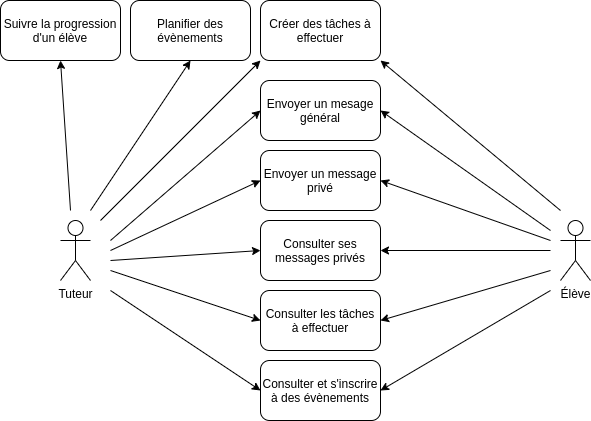
This is use_cases.drawio.png from josayko-courses/LearnAtHome, a draw.io export, as it was before one commit. Source tidied: cells renumbered, new cells last; positions are measured from the earlier drawing's top-left corner, leaving out a move shared by most shapes. The source it was exported from:
```xml
<mxGraphModel>
  <root>
    <mxCell id="0" />
    <mxCell id="1" parent="0" />
    <mxCell id="2" value="Tuteur" style="shape=umlActor;verticalLabelPosition=bottom;verticalAlign=top;html=1;" parent="1" vertex="1">
      <mxGeometry x="60" y="220" width="30" height="60" as="geometry" />
    </mxCell>
    <mxCell id="3" value="Élève" style="shape=umlActor;verticalLabelPosition=bottom;verticalAlign=top;html=1;" parent="1" vertex="1">
      <mxGeometry x="560" y="220" width="30" height="60" as="geometry" />
    </mxCell>
    <mxCell id="4" value="Envoyer un message privé" style="rounded=1;whiteSpace=wrap;html=1;" parent="1" vertex="1">
      <mxGeometry x="260" y="150" width="120" height="60" as="geometry" />
    </mxCell>
    <mxCell id="5" value="Suivre la progression d'un élève" style="rounded=1;whiteSpace=wrap;html=1;" parent="1" vertex="1">
      <mxGeometry width="120" height="60" as="geometry" />
    </mxCell>
    <mxCell id="6" value="Planifier des évènements" style="rounded=1;whiteSpace=wrap;html=1;" parent="1" vertex="1">
      <mxGeometry x="130" width="120" height="60" as="geometry" />
    </mxCell>
    <mxCell id="7" value="Envoyer un mesage général" style="rounded=1;whiteSpace=wrap;html=1;" parent="1" vertex="1">
      <mxGeometry x="260" y="80" width="120" height="60" as="geometry" />
    </mxCell>
    <mxCell id="8" value="Créer des tâches à effectuer" style="rounded=1;whiteSpace=wrap;html=1;" parent="1" vertex="1">
      <mxGeometry x="260" width="120" height="60" as="geometry" />
    </mxCell>
    <mxCell id="9" value="Consulter les tâches à effectuer" style="rounded=1;whiteSpace=wrap;html=1;" parent="1" vertex="1">
      <mxGeometry x="260" y="290" width="120" height="60" as="geometry" />
    </mxCell>
    <mxCell id="10" value="Consulter et s'inscrire à des évènements" style="rounded=1;whiteSpace=wrap;html=1;" parent="1" vertex="1">
      <mxGeometry x="260" y="360" width="120" height="60" as="geometry" />
    </mxCell>
    <mxCell id="11" value="Consulter ses messages privés" style="rounded=1;whiteSpace=wrap;html=1;" parent="1" vertex="1">
      <mxGeometry x="260" y="220" width="120" height="60" as="geometry" />
    </mxCell>
    <mxCell id="12" style="endArrow=classic;html=1;entryX=0.5;entryY=1;entryDx=0;entryDy=0;" parent="1" edge="1" target="5">
      <mxGeometry relative="1" as="geometry">
        <mxPoint x="70" y="210" as="sourcePoint" />
      </mxGeometry>
    </mxCell>
    <mxCell id="13" style="endArrow=classic;html=1;entryX=0.5;entryY=1;entryDx=0;entryDy=0;" parent="1" edge="1" target="6">
      <mxGeometry relative="1" as="geometry">
        <mxPoint x="90" y="210" as="sourcePoint" />
      </mxGeometry>
    </mxCell>
    <mxCell id="14" style="endArrow=classic;html=1;entryX=0;entryY=1;entryDx=0;entryDy=0;" parent="1" edge="1" target="8">
      <mxGeometry relative="1" as="geometry">
        <mxPoint x="100" y="220" as="sourcePoint" />
      </mxGeometry>
    </mxCell>
    <mxCell id="15" style="endArrow=classic;html=1;entryX=0;entryY=0.5;entryDx=0;entryDy=0;" parent="1" edge="1" target="7">
      <mxGeometry relative="1" as="geometry">
        <mxPoint x="110" y="240" as="sourcePoint" />
      </mxGeometry>
    </mxCell>
    <mxCell id="16" style="endArrow=classic;html=1;entryX=0;entryY=0.5;entryDx=0;entryDy=0;" parent="1" edge="1" target="4">
      <mxGeometry relative="1" as="geometry">
        <mxPoint x="110" y="250" as="sourcePoint" />
      </mxGeometry>
    </mxCell>
    <mxCell id="17" style="endArrow=classic;html=1;entryX=0;entryY=0.5;entryDx=0;entryDy=0;" parent="1" edge="1" target="11">
      <mxGeometry relative="1" as="geometry">
        <mxPoint x="110" y="260" as="sourcePoint" />
      </mxGeometry>
    </mxCell>
    <mxCell id="18" style="endArrow=classic;html=1;entryX=0;entryY=0.5;entryDx=0;entryDy=0;" parent="1" edge="1" target="9">
      <mxGeometry relative="1" as="geometry">
        <mxPoint x="110" y="270" as="sourcePoint" />
      </mxGeometry>
    </mxCell>
    <mxCell id="19" style="endArrow=classic;html=1;entryX=0;entryY=0.5;entryDx=0;entryDy=0;" parent="1" edge="1" target="10">
      <mxGeometry relative="1" as="geometry">
        <mxPoint x="110" y="290" as="sourcePoint" />
      </mxGeometry>
    </mxCell>
    <mxCell id="20" style="endArrow=classic;html=1;entryX=1;entryY=1;entryDx=0;entryDy=0;" parent="1" edge="1" target="8">
      <mxGeometry relative="1" as="geometry">
        <mxPoint x="560" y="210" as="sourcePoint" />
      </mxGeometry>
    </mxCell>
    <mxCell id="21" style="endArrow=classic;html=1;entryX=1;entryY=0.5;entryDx=0;entryDy=0;" parent="1" edge="1" target="7">
      <mxGeometry relative="1" as="geometry">
        <mxPoint x="550" y="230" as="sourcePoint" />
      </mxGeometry>
    </mxCell>
    <mxCell id="22" style="endArrow=classic;html=1;entryX=1;entryY=0.5;entryDx=0;entryDy=0;" parent="1" edge="1" target="4">
      <mxGeometry relative="1" as="geometry">
        <mxPoint x="550" y="240" as="sourcePoint" />
      </mxGeometry>
    </mxCell>
    <mxCell id="23" style="endArrow=classic;html=1;entryX=1;entryY=0.5;entryDx=0;entryDy=0;" parent="1" edge="1" target="11">
      <mxGeometry relative="1" as="geometry">
        <mxPoint x="550" y="250" as="sourcePoint" />
      </mxGeometry>
    </mxCell>
    <mxCell id="24" style="endArrow=classic;html=1;entryX=1;entryY=0.5;entryDx=0;entryDy=0;" parent="1" edge="1" target="9">
      <mxGeometry relative="1" as="geometry">
        <mxPoint x="550" y="270" as="sourcePoint" />
      </mxGeometry>
    </mxCell>
    <mxCell id="25" style="endArrow=classic;html=1;entryX=1;entryY=0.5;entryDx=0;entryDy=0;" parent="1" edge="1" target="10">
      <mxGeometry relative="1" as="geometry">
        <mxPoint x="550" y="290" as="sourcePoint" />
      </mxGeometry>
    </mxCell>
  </root>
</mxGraphModel>
```
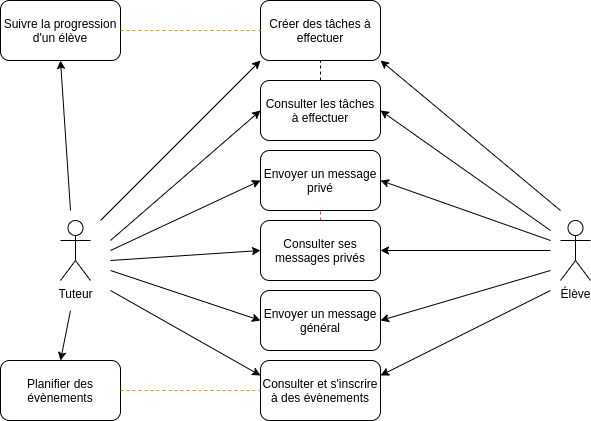
The same diagram one commit later.

What changed in the source:
```diff
@@ -8,22 +8,22 @@
     <mxCell id="3" value="Élève" style="shape=umlActor;verticalLabelPosition=bottom;verticalAlign=top;html=1;" parent="1" vertex="1">
       <mxGeometry x="560" y="220" width="30" height="60" as="geometry" />
     </mxCell>
-    <mxCell id="4" value="Envoyer un message privé" style="rounded=1;whiteSpace=wrap;html=1;" parent="1" vertex="1">
+    <mxCell id="4" value="Envoyer un message privé" style="rounded=1;whiteSpace=wrap;html=1;glass=0;" parent="1" vertex="1">
       <mxGeometry x="260" y="150" width="120" height="60" as="geometry" />
     </mxCell>
     <mxCell id="5" value="Suivre la progression d'un élève" style="rounded=1;whiteSpace=wrap;html=1;" parent="1" vertex="1">
       <mxGeometry width="120" height="60" as="geometry" />
     </mxCell>
     <mxCell id="6" value="Planifier des évènements" style="rounded=1;whiteSpace=wrap;html=1;" parent="1" vertex="1">
-      <mxGeometry x="130" width="120" height="60" as="geometry" />
+      <mxGeometry y="360" width="120" height="60" as="geometry" />
     </mxCell>
-    <mxCell id="7" value="Envoyer un mesage général" style="rounded=1;whiteSpace=wrap;html=1;" parent="1" vertex="1">
+    <mxCell id="7" value="&lt;span&gt;Consulter les tâches à effectuer&lt;/span&gt;" style="rounded=1;whiteSpace=wrap;html=1;" parent="1" vertex="1">
       <mxGeometry x="260" y="80" width="120" height="60" as="geometry" />
     </mxCell>
     <mxCell id="8" value="Créer des tâches à effectuer" style="rounded=1;whiteSpace=wrap;html=1;" parent="1" vertex="1">
       <mxGeometry x="260" width="120" height="60" as="geometry" />
     </mxCell>
-    <mxCell id="9" value="Consulter les tâches à effectuer" style="rounded=1;whiteSpace=wrap;html=1;" parent="1" vertex="1">
+    <mxCell id="9" value="Envoyer un message général" style="rounded=1;whiteSpace=wrap;html=1;" parent="1" vertex="1">
       <mxGeometry x="260" y="290" width="120" height="60" as="geometry" />
     </mxCell>
     <mxCell id="10" value="Consulter et s'inscrire à des évènements" style="rounded=1;whiteSpace=wrap;html=1;" parent="1" vertex="1">
@@ -37,9 +37,9 @@
         <mxPoint x="70" y="210" as="sourcePoint" />
       </mxGeometry>
     </mxCell>
-    <mxCell id="13" style="endArrow=classic;html=1;entryX=0.5;entryY=1;entryDx=0;entryDy=0;" parent="1" edge="1" target="6">
+    <mxCell id="13" style="endArrow=classic;html=1;entryX=0.5;entryY=0;entryDx=0;entryDy=0;" parent="1" edge="1" target="6">
       <mxGeometry relative="1" as="geometry">
-        <mxPoint x="90" y="210" as="sourcePoint" />
+        <mxPoint x="70" y="310" as="sourcePoint" />
       </mxGeometry>
     </mxCell>
     <mxCell id="14" style="endArrow=classic;html=1;entryX=0;entryY=1;entryDx=0;entryDy=0;" parent="1" edge="1" target="8">
@@ -67,7 +67,7 @@
         <mxPoint x="110" y="270" as="sourcePoint" />
       </mxGeometry>
     </mxCell>
-    <mxCell id="19" style="endArrow=classic;html=1;entryX=0;entryY=0.5;entryDx=0;entryDy=0;" parent="1" edge="1" target="10">
+    <mxCell id="19" style="endArrow=classic;html=1;entryX=0;entryY=0.25;entryDx=0;entryDy=0;" parent="1" edge="1" target="10">
       <mxGeometry relative="1" as="geometry">
         <mxPoint x="110" y="290" as="sourcePoint" />
       </mxGeometry>
@@ -97,10 +97,27 @@
         <mxPoint x="550" y="270" as="sourcePoint" />
       </mxGeometry>
     </mxCell>
-    <mxCell id="25" style="endArrow=classic;html=1;entryX=1;entryY=0.5;entryDx=0;entryDy=0;" parent="1" edge="1" target="10">
+    <mxCell id="25" style="endArrow=classic;html=1;entryX=1;entryY=0.25;entryDx=0;entryDy=0;" parent="1" edge="1" target="10">
       <mxGeometry relative="1" as="geometry">
         <mxPoint x="550" y="290" as="sourcePoint" />
       </mxGeometry>
     </mxCell>
+    <mxCell id="26" style="endArrow=none;dashed=1;html=1;exitX=1;exitY=0.5;exitDx=0;exitDy=0;fillColor=#ffe6cc;strokeColor=#d79b00;" parent="1" edge="1" source="6">
+      <mxGeometry relative="1" as="geometry">
+        <mxPoint x="260" y="390" as="targetPoint" />
+        <Array as="points">
+          <mxPoint x="190" y="390" />
+        </Array>
+      </mxGeometry>
+    </mxCell>
+    <mxCell id="27" style="endArrow=none;dashed=1;html=1;exitX=1;exitY=0.5;exitDx=0;exitDy=0;entryX=0;entryY=0.5;entryDx=0;entryDy=0;fillColor=#ffe6cc;strokeColor=#d79b00;" parent="1" edge="1" source="5" target="8">
+      <mxGeometry relative="1" as="geometry" />
+    </mxCell>
+    <mxCell id="28" style="endArrow=none;dashed=1;html=1;exitX=0.5;exitY=0;exitDx=0;exitDy=0;entryX=0.5;entryY=1;entryDx=0;entryDy=0;" parent="1" edge="1" source="7" target="8">
+      <mxGeometry relative="1" as="geometry" />
+    </mxCell>
+    <mxCell id="29" style="endArrow=none;dashed=1;html=1;entryX=0.5;entryY=1;entryDx=0;entryDy=0;exitX=0.5;exitY=0;exitDx=0;exitDy=0;fillColor=#f8cecc;strokeColor=#b85450;" parent="1" edge="1" source="11" target="4">
+      <mxGeometry relative="1" as="geometry" />
+    </mxCell>
   </root>
 </mxGraphModel>
```
